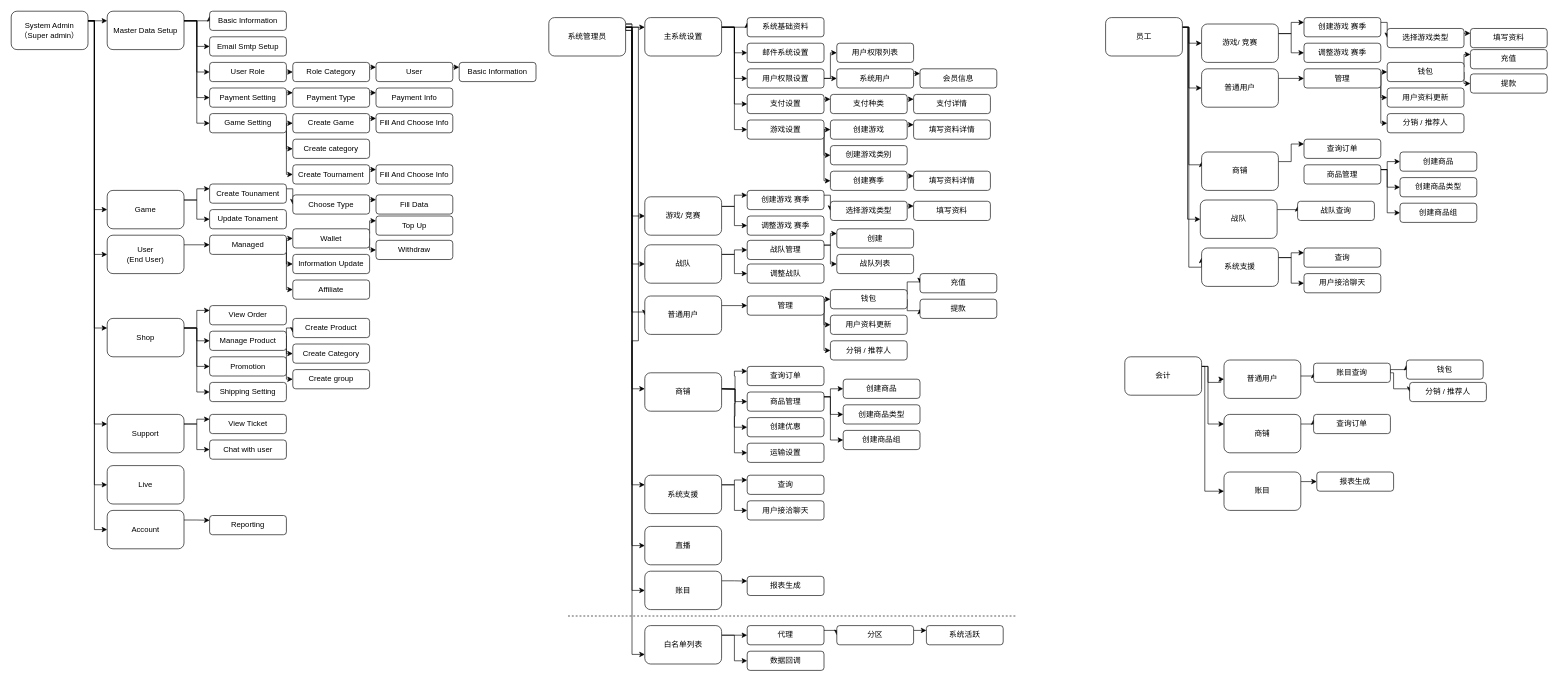
The draw.io diagram page "Admin" (2 of 9) of Untitled Diagram.drawio in krtechndesign/facejs, before the edit. Source tidied: cells renumbered, new cells numbered last; positions are measured from the earlier drawing's top-left corner, leaving out a move shared by most shapes. Both pictures are drawn from the tidied source at 64%, with x=0, y=0 at pixel (11, 11).
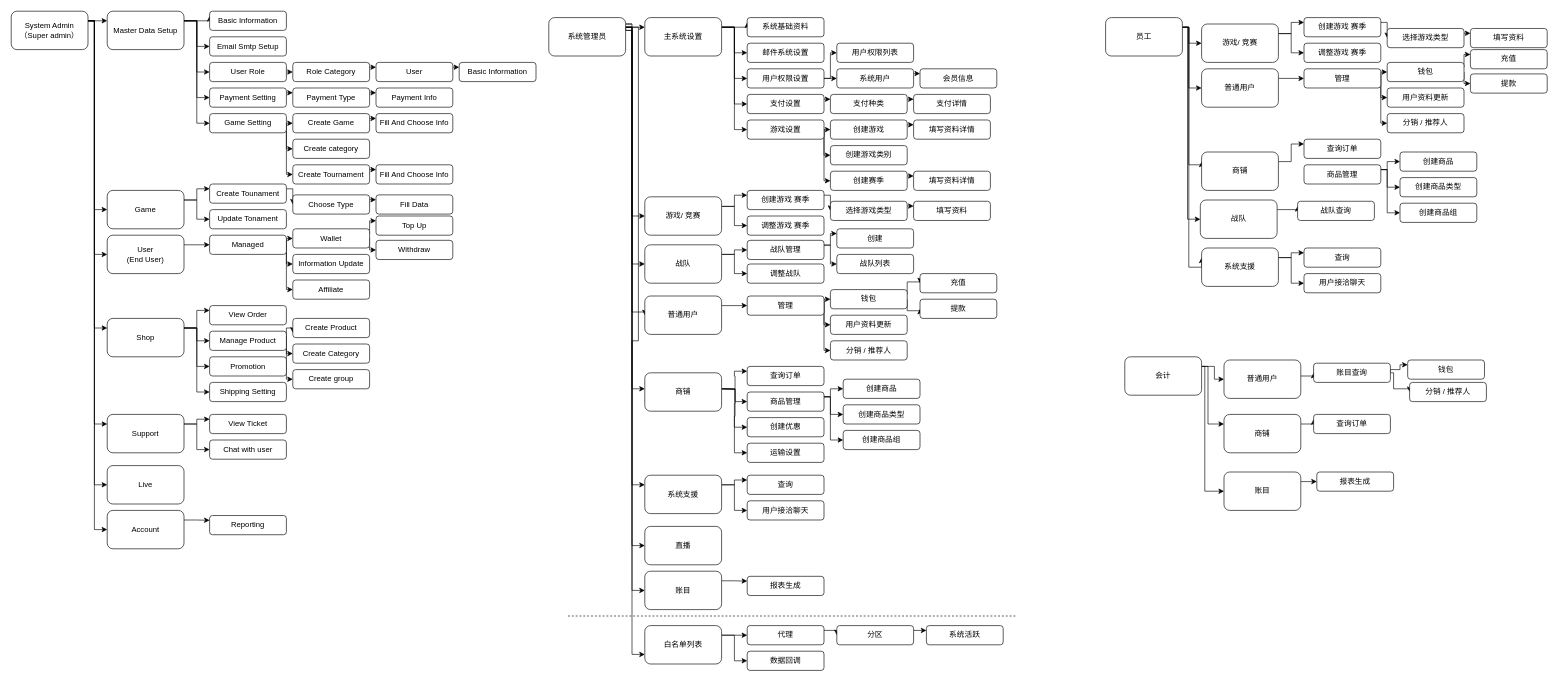
After the change.

Unchanged cells that the change refers to:
```xml
<mxCell id="220" value="会计" style="rounded=1;whiteSpace=wrap;html=1;" parent="1" vertex="1">
  <mxGeometry x="1740" y="540" width="120" height="60" as="geometry" />
</mxCell>
<mxCell id="222" value="普通用户" style="rounded=1;whiteSpace=wrap;html=1;" parent="1" vertex="1">
  <mxGeometry x="1895" y="545" width="120" height="60" as="geometry" />
</mxCell>
<mxCell id="225" value="账目查询" style="whiteSpace=wrap;html=1;rounded=1;" parent="1" vertex="1">
  <mxGeometry x="2035" y="550" width="120" height="30" as="geometry" />
</mxCell>
```

The edit, as a diff of the source:
```diff
@@
-    <mxCell id="217" style="edgeStyle=orthogonalEdgeStyle;rounded=0;jettySize=auto;html=1;exitX=1;exitY=0.25;exitDx=0;exitDy=0;entryX=0;entryY=0.5;entryDx=0;entryDy=0;" parent="1" edge="1" source="220" target="222">
-      <mxGeometry relative="1" as="geometry">
-        <Array as="points">
-          <mxPoint x="1870" y="555" />
-          <mxPoint x="1870" y="580" />
-          <mxPoint x="1890" y="580" />
-        </Array>
-      </mxGeometry>
-    </mxCell>
@@
+    <mxCell id="217" style="edgeStyle=orthogonalEdgeStyle;rounded=0;jettySize=auto;html=1;exitX=1;exitY=0.25;exitDx=0;exitDy=0;" parent="1" edge="1" source="220" target="222">
+      <mxGeometry relative="1" as="geometry" />
+    </mxCell>
@@
     <mxCell id="223" style="edgeStyle=orthogonalEdgeStyle;rounded=0;jettySize=auto;html=1;exitX=1;exitY=0.5;exitDx=0;exitDy=0;entryX=0;entryY=0.25;entryDx=0;entryDy=0;" parent="1" edge="1" source="225" target="226">
       <mxGeometry relative="1" as="geometry">
         <Array as="points">
           <mxPoint x="2155" y="560" />
-          <mxPoint x="2180" y="560" />
+          <mxPoint x="2170" y="560" />
+          <mxPoint x="2170" y="553" />
         </Array>
       </mxGeometry>
     </mxCell>
@@
     <mxCell id="226" value="钱包" style="whiteSpace=wrap;html=1;rounded=1;" parent="1" vertex="1">
-      <mxGeometry x="2180" y="545" width="120" height="30" as="geometry" />
+      <mxGeometry x="2182" y="545" width="120" height="30" as="geometry" />
     </mxCell>
```
